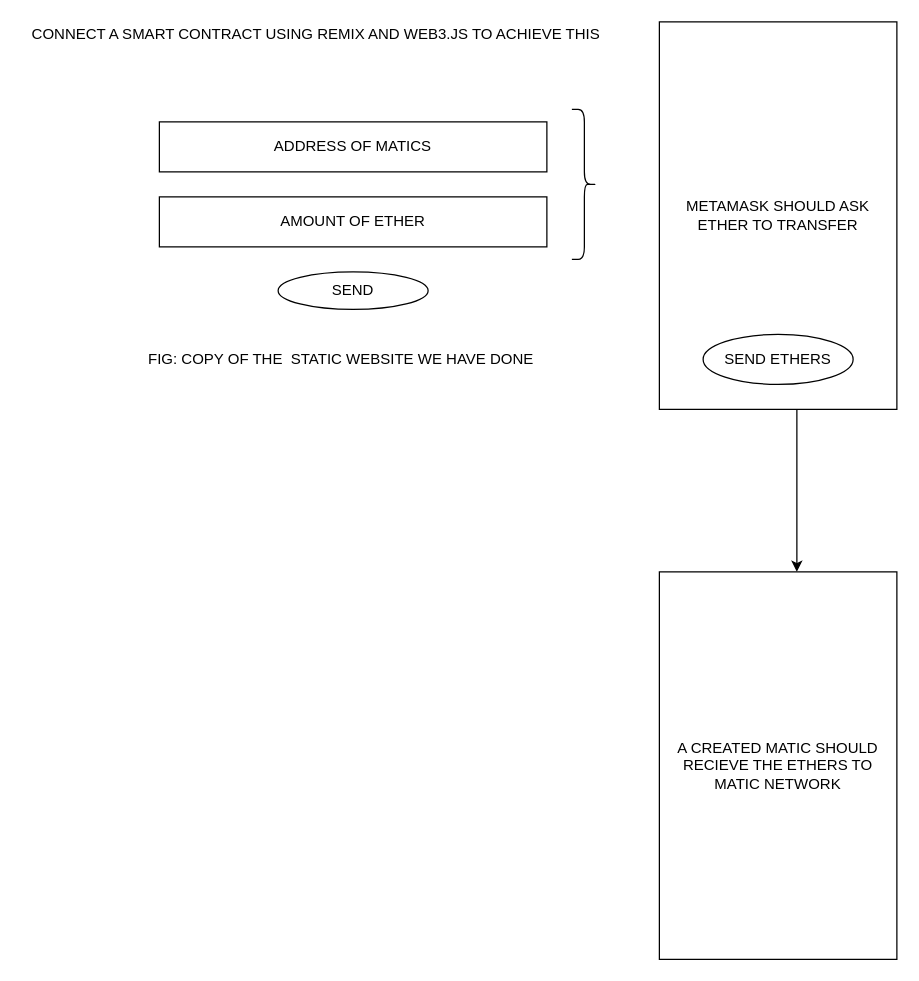
This is Untitled Diagram.drawio from Chaitanyate/c-tej, a draw.io file, before an edit. Source tidied: cells renumbered, new cells numbered last; positions are measured from the earlier drawing's top-left corner, leaving out a move shared by most shapes. Both pictures are drawn from the tidied source at 125%, with x=0, y=0 at pixel (21, 21).
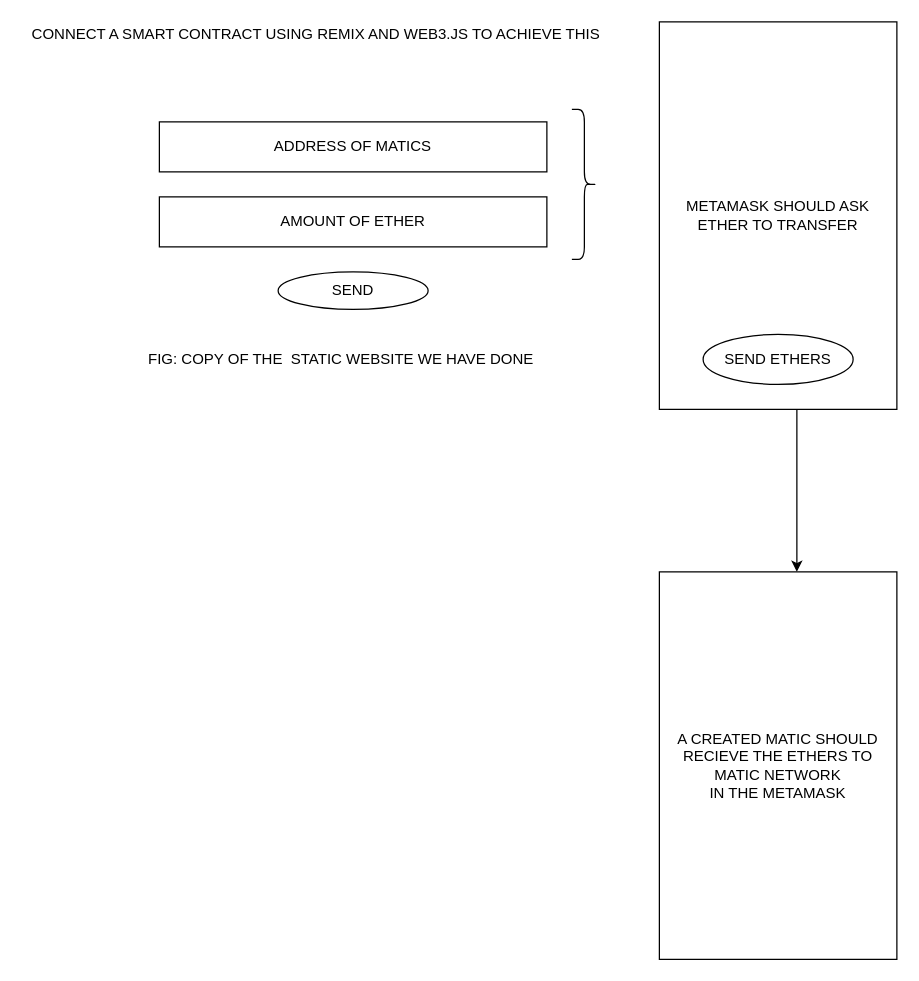
After the change.

Diff of the diagram source:
```diff
@@
 <mxGraphModel>
   <root>
     <mxCell id="0" />
     <mxCell id="1" parent="0" />
     <mxCell id="2" value="ADDRESS OF MATICS" style="rounded=0;whiteSpace=wrap;html=1;" parent="1" vertex="1">
       <mxGeometry x="110" y="80" width="310" height="40" as="geometry" />
     </mxCell>
     <mxCell id="3" value="AMOUNT OF ETHER" style="rounded=0;whiteSpace=wrap;html=1;" parent="1" vertex="1">
       <mxGeometry x="110" y="140" width="310" height="40" as="geometry" />
     </mxCell>
     <mxCell id="4" value="SEND" style="ellipse;whiteSpace=wrap;html=1;" parent="1" vertex="1">
       <mxGeometry x="205" y="200" width="120" height="30" as="geometry" />
     </mxCell>
     <mxCell id="5" style="shape=curlyBracket;whiteSpace=wrap;html=1;rounded=1;flipH=1;" parent="1" vertex="1">
       <mxGeometry x="440" y="70" width="20" height="120" as="geometry" />
     </mxCell>
     <mxCell id="6" value="METAMASK SHOULD ASK ETHER TO TRANSFER" style="rounded=0;whiteSpace=wrap;html=1;direction=south;" parent="1" vertex="1">
       <mxGeometry x="510" width="190" height="310" as="geometry" />
     </mxCell>
     <mxCell id="7" value="SEND ETHERS" style="ellipse;whiteSpace=wrap;html=1;" parent="1" vertex="1">
       <mxGeometry x="545" y="250" width="120" height="40" as="geometry" />
     </mxCell>
     <mxCell id="8" value="CONNECT A SMART CONTRACT USING REMIX AND WEB3.JS TO ACHIEVE THIS" style="text;html=1;align=center;verticalAlign=middle;strokeColor=none;" parent="1" vertex="1">
       <mxGeometry width="470" height="20" as="geometry" />
     </mxCell>
     <mxCell id="9" value="FIG: COPY OF THE&amp;nbsp; STATIC WEBSITE WE HAVE DONE" style="text;html=1;align=center;verticalAlign=middle;strokeColor=none;" parent="1" vertex="1">
       <mxGeometry x="95" y="260" width="320" height="20" as="geometry" />
     </mxCell>
     <mxCell id="10" style="endArrow=classic;html=1;exitX=1;exitY=0.421;exitDx=0;exitDy=0;exitPerimeter=0;" parent="1" edge="1" source="6">
       <mxGeometry relative="1" as="geometry">
         <mxPoint x="620" y="440" as="targetPoint" />
       </mxGeometry>
     </mxCell>
-    <mxCell id="11" value="A CREATED MATIC SHOULD RECIEVE THE ETHERS TO MATIC NETWORK" style="rounded=0;whiteSpace=wrap;html=1;direction=south;" parent="1" vertex="1">
+    <mxCell id="11" value="A CREATED MATIC SHOULD RECIEVE THE ETHERS TO MATIC NETWORK&lt;br&gt;IN THE METAMASK" style="rounded=0;whiteSpace=wrap;html=1;direction=south;" parent="1" vertex="1">
       <mxGeometry x="510" y="440" width="190" height="310" as="geometry" />
     </mxCell>
   </root>
 </mxGraphModel>
```
